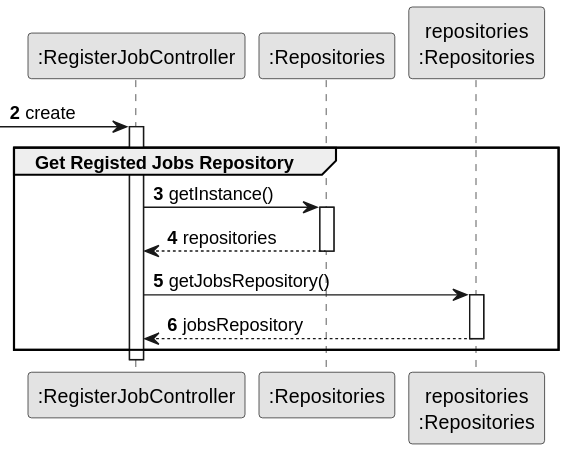
Before: docs/sprint2/us002/03.design/svg/us002-sequence-diagram-partial-get-jobs-repository.svg, a diagram exported from PlantUML (1231360-ISEP/lei-24-s2-1db-g021). Source of this version:
```plantuml
@startuml
skinparam monochrome true
skinparam packageStyle rectangle
skinparam shadowing false

autonumber

participant ":RegisterJobController" as CTRL
participant ":Repositories" as RepositorySingleton
participant "repositories\n:Repositories" as PLAT

autonumber 2

 -> CTRL : create
activate CTRL
    group Get Registed Jobs Repository

            CTRL -> RepositorySingleton : getInstance()
            activate RepositorySingleton

                RepositorySingleton --> CTRL: repositories
            deactivate RepositorySingleton

            CTRL -> PLAT : getJobsRepository()
            activate PLAT

                PLAT --> CTRL: jobsRepository
            deactivate PLAT

    end
deactivate CTRL
@enduml
```
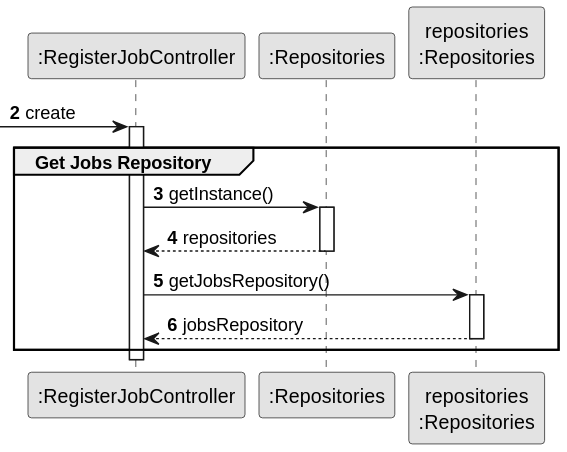
After the change.

What changed in the source:
```diff
@@ -13,7 +13,7 @@
 
  -> CTRL : create
 activate CTRL
-    group Get Registed Jobs Repository
+    group Get Jobs Repository
 
             CTRL -> RepositorySingleton : getInstance()
             activate RepositorySingleton
```
